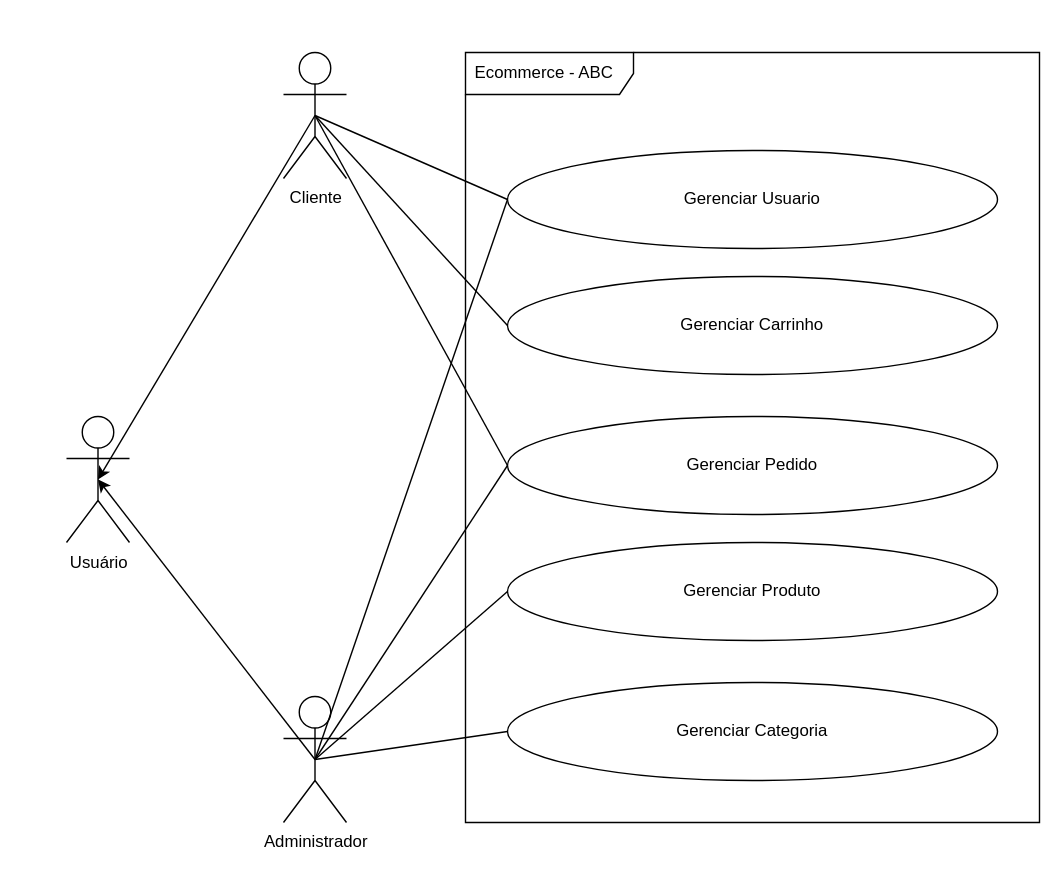
cleilsonalvino/ecommerce-node-api keeps this draw.io diagram as page "Visão Geral - Domínio" (1 of 2) of requirements/ecommerce-caso-uso.drawio. Above is the earlier version. Source tidied: cells renumbered, new cells numbered last; positions are measured from the earlier drawing's top-left corner, leaving out a move shared by most shapes. Both pictures are drawn from the tidied source at 140%, with x=0, y=0 at pixel (56, 52).
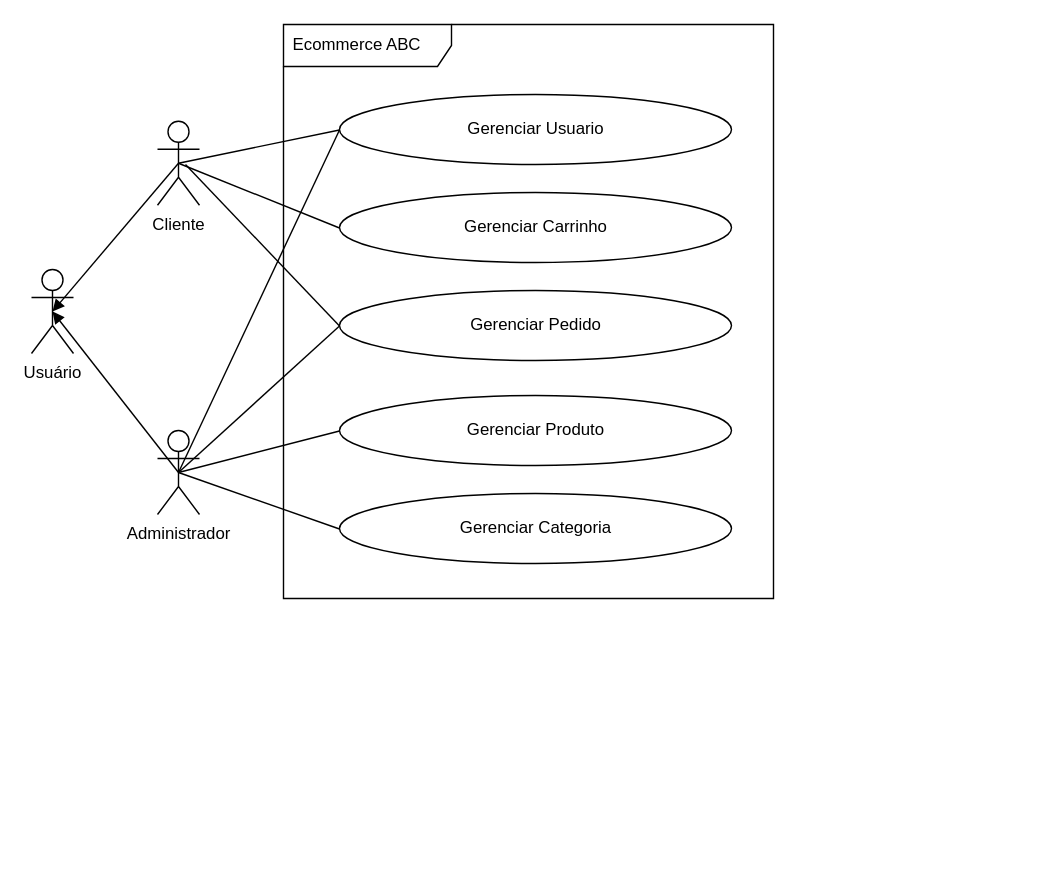
Above is the later version.

What changed in the source:
```diff
@@
-    <mxCell id="2" value="Ecommerce - ABC" style="shape=umlFrame;whiteSpace=wrap;html=1;width=120;height=30;boundedLbl=1;verticalAlign=middle;align=left;spacingLeft=5;" parent="1" vertex="1">
-      <mxGeometry x="292" width="410" height="550" as="geometry" />
-    </mxCell>
-    <mxCell id="3" style="edgeStyle=none;html=1;exitX=0.5;exitY=0.5;exitDx=0;exitDy=0;exitPerimeter=0;entryX=0.5;entryY=0.5;entryDx=0;entryDy=0;entryPerimeter=0;endArrow=classic;endFill=1;" parent="1" edge="1" source="4" target="5">
-      <mxGeometry relative="1" as="geometry" />
-    </mxCell>
+    <mxCell id="21" value="Ecommerce ABC" style="shape=umlFrame;whiteSpace=wrap;html=1;width=120;height=30;boundedLbl=1;verticalAlign=middle;align=left;spacingLeft=5;" parent="1" vertex="1">
+      <mxGeometry x="162" y="-20" width="350" height="410" as="geometry" />
+    </mxCell>
+    <mxCell id="22" style="edgeStyle=none;html=1;exitX=0.5;exitY=0.5;exitDx=0;exitDy=0;exitPerimeter=0;entryX=0.5;entryY=0.5;entryDx=0;entryDy=0;entryPerimeter=0;endArrow=block;endFill=1;" parent="1" edge="1" source="7" target="8">
+      <mxGeometry relative="1" as="geometry" />
+    </mxCell>
+    <mxCell id="7" value="Cliente" style="shape=umlActor;verticalLabelPosition=bottom;verticalAlign=top;html=1;" parent="1" vertex="1">
+      <mxGeometry x="72" y="49.1" width="30" height="60" as="geometry" />
+    </mxCell>
+    <mxCell id="23" style="edgeStyle=none;html=1;exitX=0.5;exitY=0.5;exitDx=0;exitDy=0;exitPerimeter=0;entryX=0.5;entryY=0.5;entryDx=0;entryDy=0;entryPerimeter=0;endArrow=block;endFill=1;" parent="1" edge="1" source="4" target="8">
+      <mxGeometry relative="1" as="geometry" />
+    </mxCell>
     <mxCell id="4" value="Administrador" style="shape=umlActor;verticalLabelPosition=bottom;verticalAlign=top;html=1;" parent="1" vertex="1">
-      <mxGeometry x="162" y="460" width="45" height="90" as="geometry" />
+      <mxGeometry x="72" y="270" width="30" height="60" as="geometry" />
     </mxCell>
-    <mxCell id="5" style="shape=umlActor;verticalLabelPosition=bottom;verticalAlign=top;html=1;" parent="1" vertex="1">
-      <mxGeometry x="7" y="260" width="45" height="90" as="geometry" />
-    </mxCell>
-    <mxCell id="6" style="edgeStyle=none;html=1;exitX=0.5;exitY=0.5;exitDx=0;exitDy=0;exitPerimeter=0;entryX=0.5;entryY=0.5;entryDx=0;entryDy=0;entryPerimeter=0;endArrow=classic;endFill=1;" parent="1" edge="1" source="7" target="5">
-      <mxGeometry relative="1" as="geometry" />
-    </mxCell>
-    <mxCell id="7" value="Cliente" style="shape=umlActor;verticalLabelPosition=bottom;verticalAlign=top;html=1;" parent="1" vertex="1">
-      <mxGeometry x="162" width="45" height="90" as="geometry" />
-    </mxCell>
-    <mxCell id="8" value="Usuário" style="text;html=1;align=center;verticalAlign=middle;points=[];strokeColor=none;fillColor=none;" parent="1" vertex="1">
-      <mxGeometry x="-0.5" y="350" width="60" height="30" as="geometry" />
+    <mxCell id="8" value="Usuário" style="shape=umlActor;verticalLabelPosition=bottom;verticalAlign=top;html=1;" parent="1" vertex="1">
+      <mxGeometry x="-18" y="155" width="30" height="60" as="geometry" />
     </mxCell>
+    <mxCell id="24" style="shape=ellipse;horizontal=1;html=1;dashed=0;" parent="1" vertex="1">
+      <mxGeometry x="202" y="30" width="280" height="50" as="geometry" />
+    </mxCell>
+    <mxCell id="11" value="Gerenciar Usuario" style="html=1;strokeColor=none;fillColor=none;align=center;verticalAlign=middle;" parent="24" vertex="1">
+      <mxGeometry y="19.1" width="280" height="12.5" as="geometry" />
+    </mxCell>
+    <mxCell id="25" style="shape=ellipse;horizontal=1;html=1;dashed=0;" parent="1" vertex="1">
+      <mxGeometry x="202" y="100" width="280" height="50" as="geometry" />
+    </mxCell>
+    <mxCell id="13" value="Gerenciar Carrinho" style="html=1;strokeColor=none;fillColor=none;align=center;verticalAlign=middle;" parent="25" vertex="1">
+      <mxGeometry y="19.1" width="280" height="12.5" as="geometry" />
+    </mxCell>
+    <mxCell id="26" style="shape=ellipse;horizontal=1;html=1;dashed=0;" parent="1" vertex="1">
+      <mxGeometry x="202" y="170" width="280" height="50" as="geometry" />
+    </mxCell>
+    <mxCell id="16" value="Gerenciar Pedido" style="html=1;strokeColor=none;fillColor=none;align=center;verticalAlign=middle;" parent="26" vertex="1">
+      <mxGeometry y="19.1" width="280" height="12.5" as="geometry" />
+    </mxCell>
+    <mxCell id="27" style="shape=ellipse;horizontal=1;html=1;dashed=0;" parent="1" vertex="1">
+      <mxGeometry x="202" y="245" width="280" height="50" as="geometry" />
+    </mxCell>
+    <mxCell id="18" value="Gerenciar Produto" style="html=1;strokeColor=none;fillColor=none;align=center;verticalAlign=middle;" parent="27" vertex="1">
+      <mxGeometry y="19.1" width="280" height="12.5" as="geometry" />
+    </mxCell>
+    <mxCell id="28" style="shape=ellipse;horizontal=1;html=1;dashed=0;" parent="1" vertex="1">
+      <mxGeometry x="202" y="315" width="280" height="50" as="geometry" />
+    </mxCell>
+    <mxCell id="20" value="Gerenciar Categoria" style="html=1;strokeColor=none;fillColor=none;align=center;verticalAlign=middle;" parent="28" vertex="1">
+      <mxGeometry y="19.1" width="280" height="12.5" as="geometry" />
+    </mxCell>
-    <mxCell id="9" style="edgeStyle=none;html=1;exitX=0;exitY=0.5;exitDx=0;exitDy=0;endArrow=none;endFill=0;entryX=0.5;entryY=0.5;entryDx=0;entryDy=0;entryPerimeter=0;" parent="1" edge="1" source="11" target="7">
+    <mxCell id="9" style="edgeStyle=none;html=1;exitX=0;exitY=0.5;exitDx=0;exitDy=0;entryX=0.5;entryY=0.5;entryDx=0;entryDy=0;entryPerimeter=0;endArrow=none;endFill=0;" parent="1" edge="1" source="11" target="7">
       <mxGeometry relative="1" as="geometry" />
     </mxCell>
@@
-    <mxCell id="11" value="Gerenciar Usuario" style="ellipse;whiteSpace=wrap;html=1;" parent="1" vertex="1">
-      <mxGeometry x="322" y="70" width="350" height="70" as="geometry" />
-    </mxCell>
@@
-    <mxCell id="13" value="Gerenciar Carrinho" style="ellipse;whiteSpace=wrap;html=1;" parent="1" vertex="1">
-      <mxGeometry x="322" y="160" width="350" height="70" as="geometry" />
-    </mxCell>
-    <mxCell id="14" style="edgeStyle=none;html=1;exitX=0;exitY=0.5;exitDx=0;exitDy=0;endArrow=none;endFill=0;entryX=0.5;entryY=0.5;entryDx=0;entryDy=0;entryPerimeter=0;" parent="1" edge="1" source="16" target="7">
-      <mxGeometry relative="1" as="geometry" />
-    </mxCell>
+    <mxCell id="29" style="edgeStyle=none;html=1;exitX=0;exitY=0.5;exitDx=0;exitDy=0;endArrow=none;endFill=0;" parent="1" edge="1" source="16">
+      <mxGeometry relative="1" as="geometry">
+        <mxPoint x="92" y="80" as="targetPoint" />
+      </mxGeometry>
+    </mxCell>
@@
-    <mxCell id="16" value="Gerenciar Pedido" style="ellipse;whiteSpace=wrap;html=1;" parent="1" vertex="1">
-      <mxGeometry x="322" y="260" width="350" height="70" as="geometry" />
-    </mxCell>
@@
-    <mxCell id="18" value="Gerenciar Produto" style="ellipse;whiteSpace=wrap;html=1;" parent="1" vertex="1">
-      <mxGeometry x="322" y="350" width="350" height="70" as="geometry" />
-    </mxCell>
-    <mxCell id="19" style="edgeStyle=none;html=1;exitX=0;exitY=0.5;exitDx=0;exitDy=0;endArrow=none;endFill=0;entryX=0.5;entryY=0.5;entryDx=0;entryDy=0;entryPerimeter=0;" parent="1" edge="1" source="20" target="4">
+    <mxCell id="19" style="edgeStyle=none;html=1;exitX=0;exitY=0.5;exitDx=0;exitDy=0;entryX=0.5;entryY=0.5;entryDx=0;entryDy=0;entryPerimeter=0;endArrow=none;endFill=0;" parent="1" edge="1" source="20" target="4">
       <mxGeometry relative="1" as="geometry" />
     </mxCell>
-    <mxCell id="20" value="Gerenciar Categoria" style="ellipse;whiteSpace=wrap;html=1;" parent="1" vertex="1">
-      <mxGeometry x="322" y="450" width="350" height="70" as="geometry" />
-    </mxCell>
```
